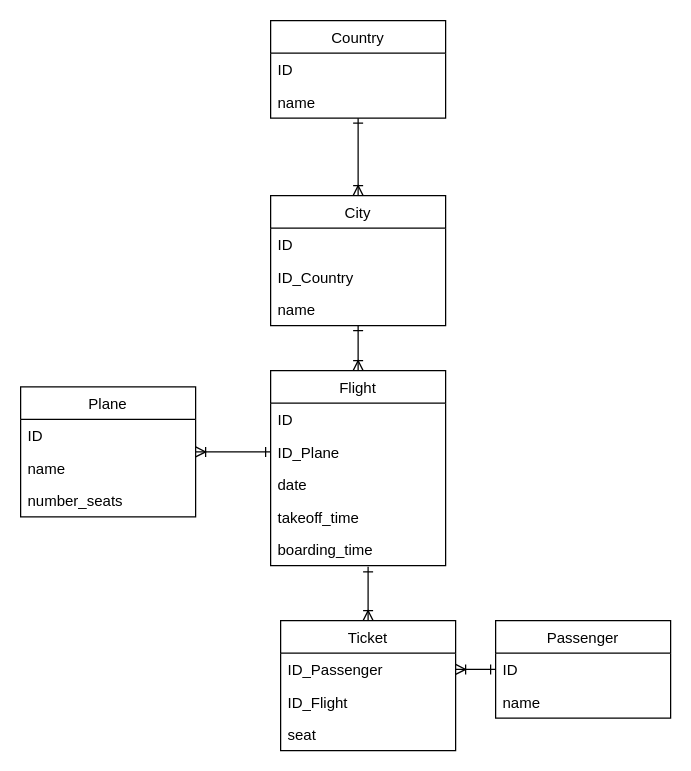
Before: Untitled Diagram.drawio in HachikoR/test-db, a draw.io diagram. Source tidied: cells renumbered, new cells numbered last; positions are measured from the earlier drawing's top-left corner, leaving out a move shared by most shapes. Both pictures are drawn from the tidied source at 125%, with x=0, y=0 at pixel (20, 20).
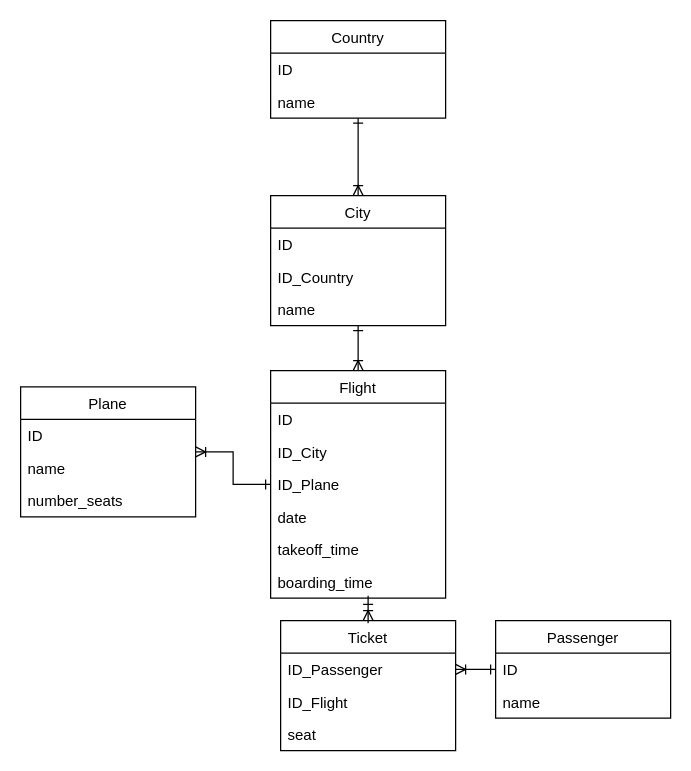
The same diagram, later.

Change to the diagram source:
```diff
@@
     <mxCell id="11" value="Flight" style="swimlane;fontStyle=0;horizontal=1;startSize=26;fillColor=none;" parent="1" vertex="1">
-      <mxGeometry x="200" y="280" width="140" height="156" as="geometry" />
+      <mxGeometry x="200" y="280" width="140" height="182" as="geometry" />
     </mxCell>
@@
+    <mxCell id="31" value="ID_City" style="text;strokeColor=none;fillColor=none;align=left;verticalAlign=top;spacingLeft=4;spacingRight=4;overflow=hidden;" parent="11" vertex="1">
+      <mxGeometry y="52" width="140" height="26" as="geometry" />
+    </mxCell>
     <mxCell id="13" value="ID_Plane" style="text;strokeColor=none;fillColor=none;align=left;verticalAlign=top;spacingLeft=4;spacingRight=4;overflow=hidden;points=[[0,0.5],[1,0.5]];portConstraint=eastwest;" parent="11" vertex="1">
-      <mxGeometry y="52" width="140" height="26" as="geometry" />
+      <mxGeometry y="78" width="140" height="26" as="geometry" />
     </mxCell>
     <mxCell id="14" value="date" style="text;strokeColor=none;fillColor=none;align=left;verticalAlign=top;spacingLeft=4;spacingRight=4;overflow=hidden;" parent="11" vertex="1">
-      <mxGeometry y="78" width="140" height="26" as="geometry" />
+      <mxGeometry y="104" width="140" height="26" as="geometry" />
     </mxCell>
     <mxCell id="15" value="takeoff_time" style="text;strokeColor=none;fillColor=none;align=left;verticalAlign=top;spacingLeft=4;spacingRight=4;overflow=hidden;" parent="11" vertex="1">
-      <mxGeometry y="104" width="140" height="26" as="geometry" />
+      <mxGeometry y="130" width="140" height="26" as="geometry" />
     </mxCell>
     <mxCell id="16" value="boarding_time" style="text;strokeColor=none;fillColor=none;align=left;verticalAlign=top;spacingLeft=4;spacingRight=4;overflow=hidden;points=[[0,0.5],[1,0.5]];portConstraint=eastwest;" parent="11" vertex="1">
-      <mxGeometry y="130" width="140" height="26" as="geometry" />
+      <mxGeometry y="156" width="140" height="26" as="geometry" />
     </mxCell>
```
